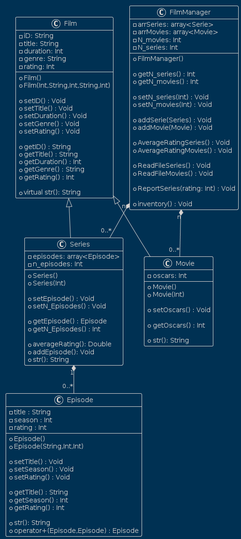
Before: UML_ClassDiagram.png, a diagram exported from PlantUML (Andrews2114/FinalProyectOOP). Its diagram source:
```plantuml
@startuml
!theme blueprint
class Episode {
    - title : String
    - season : Int
    - rating : Int

    + Episode()
    + Episode(String,Int,Int)

    + setTitle() : Void
    + setSeason() : Void
    + setRating() : Void

    + getTitle() : String
    + getSeason() : Int
    + getRating() : Int

    + str(): String
}

class Film {
    - iD: String
    - title: String
    - duration: Int
    - genre: String
    - rating: Int

    + Film()
    + Film(Int,String,Int,String,Int)

    + setID() : Void
    + setTitle() : Void
    + setDuration() : Void
    + setGenre() : Void
    + setRating() : Void

    + getID() : String
    + getTitle() : String
    + getDuration() : Int
    + getGenre() : String
    + getRating() : Int

    + virtual str(): String
}

class Series {
    - episodes: array<Episode>
    - n_episodes: Int

    + Series()
    + Series(Int)

    + setEpisode() : Void
    + setN_Episodes() : Void

    + getEpisode() : Episode
    + getN_Episodes() : Int

    + averageRating(): Double
    + addEpisode(): Void
    + str(): String
}

class FilmManager {
    - arrSeries: array<Serie>
    - arrMovies: array<Movie>
    - N_movies: Int
    - N_series: Int

    + FilmManager()

    + getN_series() : Int
    + getN_movies() : Int

    + setN_series(Int) : Void
    + setN_movies(Int) : Void

    + addSerie(Series) : Void
    + addMovie(Movie) : Void

    + AverageRatingSeries() : Void
    + AverageRatingMovies() : Void

    + ReadFileSeries() : Void
    + ReadFileMovies() : Void

    + ReportSeries(rating: Int) : Void

    + inventory() : Void
}


class Movie {
    - oscars: Int

    + Movie()
    + Movie(Int)

    + setOscars() : Void

    + getOscars() : Int

    + str(): String
}

Episode : + operator+(Episode,Episode) : Episode

Film <|-- Series
Film <|-- Movie
Series "1" *-- "0..*" Episode
FilmManager "n" *-- "0..*" Series
FilmManager "n" *-- "0..*" Movie
@enduml
```
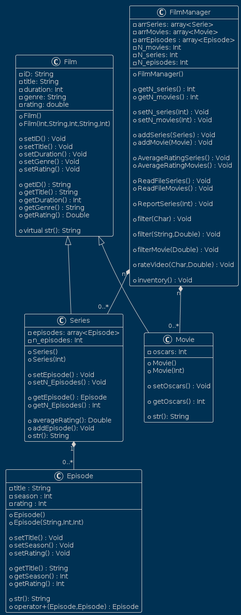
After the change.

Change to the diagram source:
```diff
@@ -24,7 +24,7 @@
     - title: String
     - duration: Int
     - genre: String
-    - rating: Int
+    - rating: double
 
     + Film()
     + Film(Int,String,Int,String,Int)
@@ -39,7 +39,7 @@
     + getTitle() : String
     + getDuration() : Int
     + getGenre() : String
-    + getRating() : Int
+    + getRating() : Double
 
     + virtual str(): String
 }
@@ -65,8 +65,10 @@
 class FilmManager {
     - arrSeries: array<Serie>
     - arrMovies: array<Movie>
+    - arrEpisodes : array<Episode>
     - N_movies: Int
     - N_series: Int
+    - N_episodes: Int
 
     + FilmManager()
 
@@ -76,7 +78,7 @@
     + setN_series(Int) : Void
     + setN_movies(Int) : Void
 
-    + addSerie(Series) : Void
+    + addSeries(Series) : Void
     + addMovie(Movie) : Void
 
     + AverageRatingSeries() : Void
@@ -85,7 +87,15 @@
     + ReadFileSeries() : Void
     + ReadFileMovies() : Void
 
-    + ReportSeries(rating: Int) : Void
+    + ReportSeries(Int) : Void
+
+    + filter(Char) : Void
+
+    + filter(String,Double) : Void
+
+    + filterMovie(Double) : Void
+
+    + rateVideo(Char,Double) : Void
 
     + inventory() : Void
 }
```
